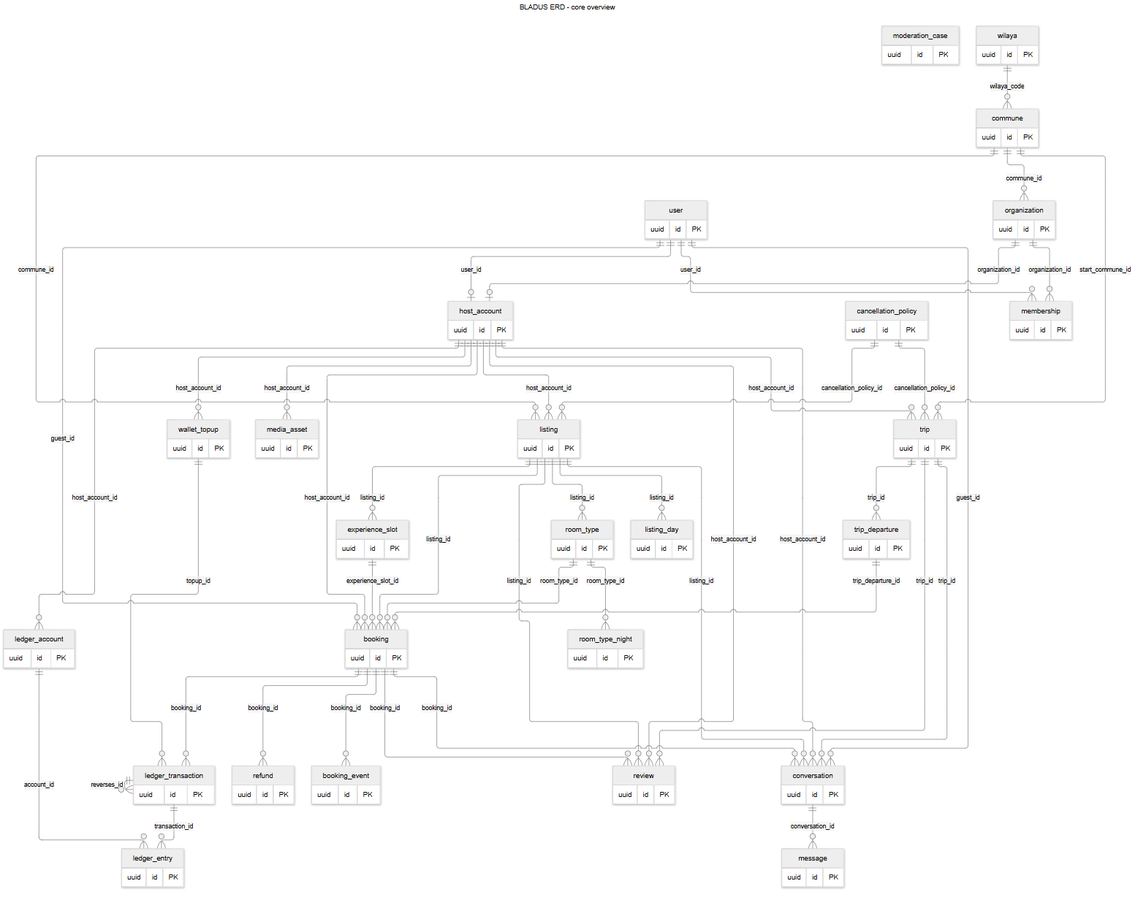
Before: docs/backend/diagrams/rendered/erd-00-overview.png, a diagram exported from Mermaid (med-amine-ok/darna). Its source is kept beside it as docs/backend/diagrams/erd-00-overview.mmd.
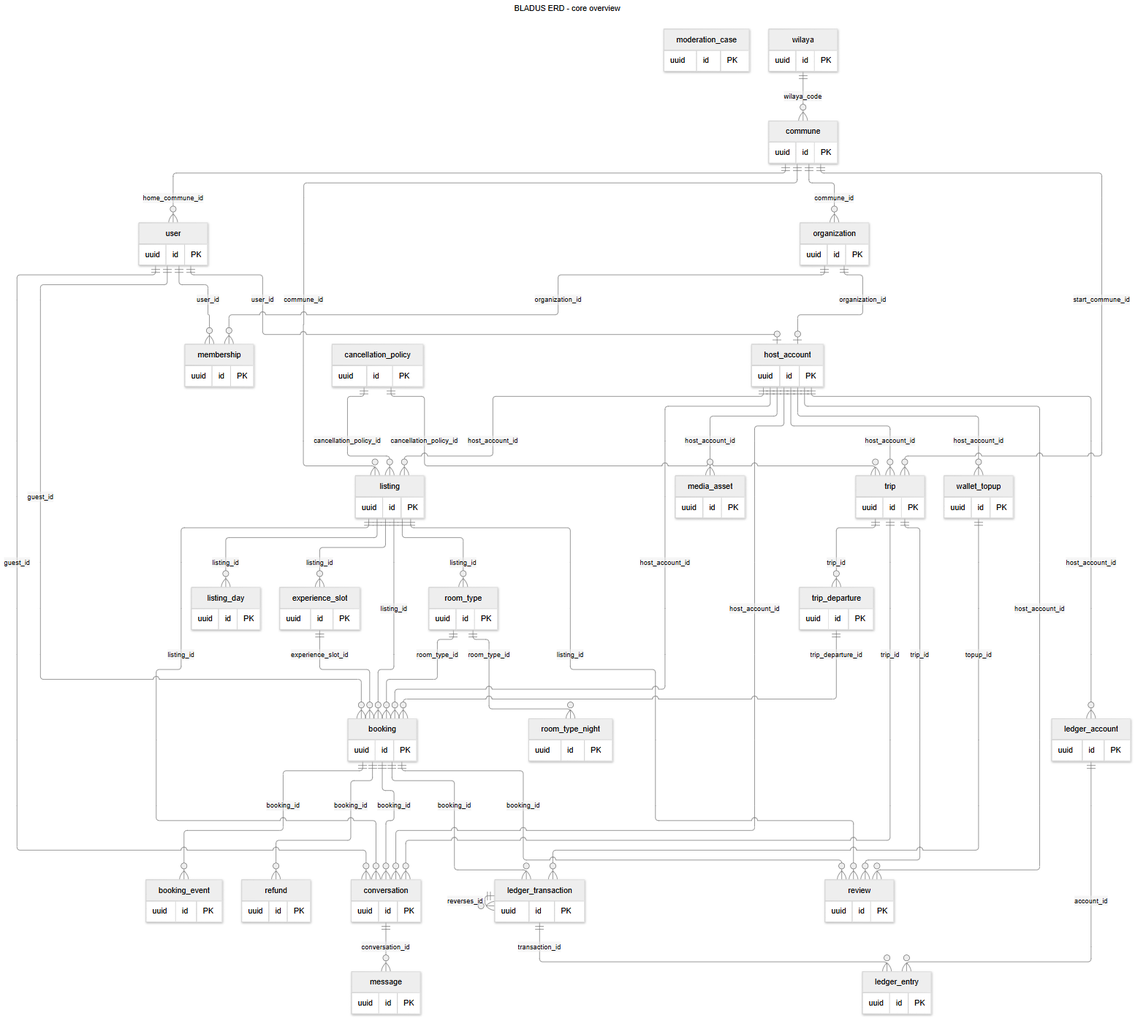
After the commit.

What changed in the source:
```diff
@@ -80,6 +80,7 @@
     cancellation_policy {
         uuid id PK
     }
+    commune ||--o{ user : "home_commune_id"
     wilaya ||--o{ commune : "wilaya_code"
     user ||--o| host_account : "user_id"
     organization ||--o| host_account : "organization_id"
```
